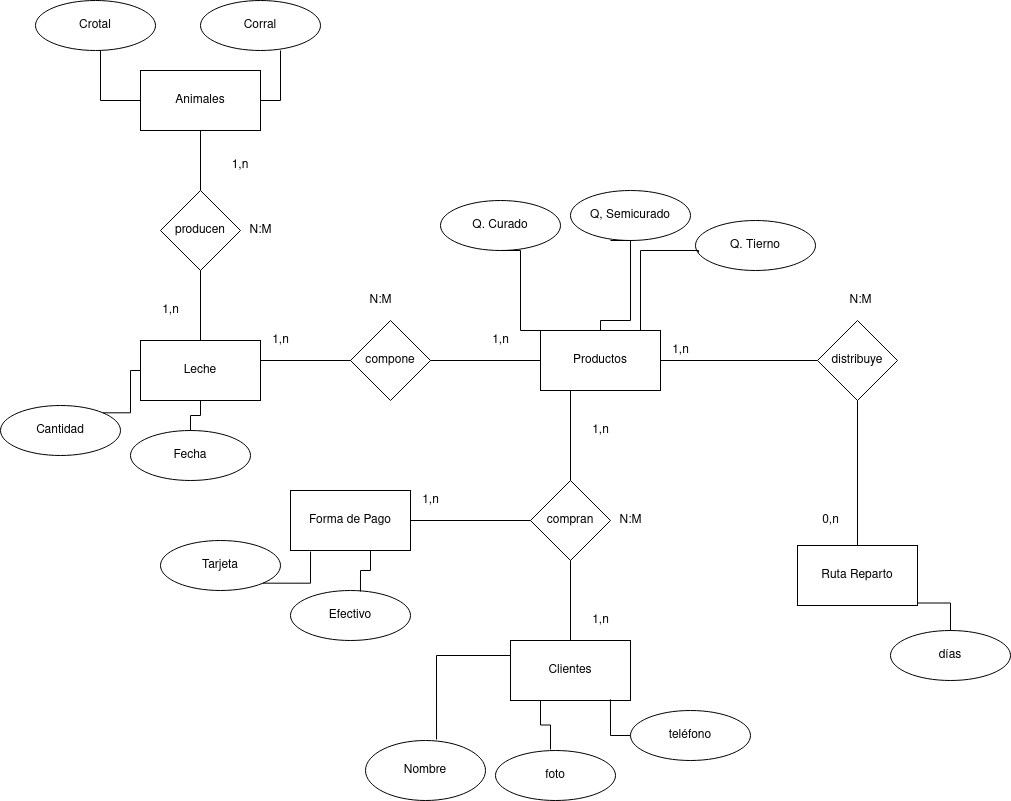
Before: diagramas/granjaApp.drawio.png, a diagram exported from draw.io (JoseMariaRuizDAM/PGL_JoseMa). Source tidied: cells renumbered, new cells last; positions are measured from the earlier drawing's top-left corner, leaving out a move shared by most shapes. The source it was exported from:
```xml
<mxGraphModel>
  <root>
    <mxCell id="0" />
    <mxCell id="1" parent="0" />
    <mxCell id="2" value="Animales" style="rounded=0;whiteSpace=wrap;html=1;" parent="1" vertex="1">
      <mxGeometry x="140" y="70" width="120" height="60" as="geometry" />
    </mxCell>
    <mxCell id="3" value="Leche" style="rounded=0;whiteSpace=wrap;html=1;" parent="1" vertex="1">
      <mxGeometry x="140" y="340" width="120" height="60" as="geometry" />
    </mxCell>
    <mxCell id="4" style="edgeStyle=orthogonalEdgeStyle;rounded=0;jettySize=auto;html=1;exitX=1;exitY=0.5;exitDx=0;exitDy=0;endArrow=none;endFill=0;" parent="1" edge="1" source="5" target="13">
      <mxGeometry relative="1" as="geometry" />
    </mxCell>
    <mxCell id="5" value="Productos" style="rounded=0;whiteSpace=wrap;html=1;" parent="1" vertex="1">
      <mxGeometry x="540" y="330" width="120" height="60" as="geometry" />
    </mxCell>
    <mxCell id="6" value="Clientes" style="rounded=0;whiteSpace=wrap;html=1;" parent="1" vertex="1">
      <mxGeometry x="510" y="640" width="120" height="60" as="geometry" />
    </mxCell>
    <mxCell id="7" value="Forma de Pago" style="rounded=0;whiteSpace=wrap;html=1;" parent="1" vertex="1">
      <mxGeometry x="290" y="490" width="120" height="60" as="geometry" />
    </mxCell>
    <mxCell id="8" value="Ruta Reparto" style="rounded=0;whiteSpace=wrap;html=1;" parent="1" vertex="1">
      <mxGeometry x="797" y="545" width="120" height="60" as="geometry" />
    </mxCell>
    <mxCell id="9" value="producen" style="rhombus;whiteSpace=wrap;html=1;" parent="1" vertex="1">
      <mxGeometry x="160" y="190" width="80" height="80" as="geometry" />
    </mxCell>
    <mxCell id="10" value="compone" style="rhombus;whiteSpace=wrap;html=1;" parent="1" vertex="1">
      <mxGeometry x="350" y="320" width="80" height="80" as="geometry" />
    </mxCell>
    <mxCell id="11" value="compran" style="rhombus;whiteSpace=wrap;html=1;" parent="1" vertex="1">
      <mxGeometry x="530" y="480" width="80" height="80" as="geometry" />
    </mxCell>
    <mxCell id="12" style="edgeStyle=orthogonalEdgeStyle;rounded=0;jettySize=auto;html=1;exitX=0.5;exitY=1;exitDx=0;exitDy=0;endArrow=none;endFill=0;" parent="1" edge="1" source="13" target="8">
      <mxGeometry relative="1" as="geometry" />
    </mxCell>
    <mxCell id="13" value="distribuye" style="rhombus;whiteSpace=wrap;html=1;" parent="1" vertex="1">
      <mxGeometry x="817" y="320" width="80" height="80" as="geometry" />
    </mxCell>
    <mxCell id="14" style="endArrow=none;html=1;rounded=0;edgeStyle=orthogonalEdgeStyle;" parent="1" edge="1" source="9">
      <mxGeometry relative="1" as="geometry">
        <mxPoint x="200" y="130" as="targetPoint" />
      </mxGeometry>
    </mxCell>
    <mxCell id="15" style="endArrow=none;html=1;rounded=0;edgeStyle=orthogonalEdgeStyle;exitX=0.5;exitY=0;exitDx=0;exitDy=0;" parent="1" edge="1" source="3">
      <mxGeometry relative="1" as="geometry">
        <mxPoint x="200" y="270" as="targetPoint" />
      </mxGeometry>
    </mxCell>
    <mxCell id="16" style="endArrow=none;html=1;rounded=0;edgeStyle=orthogonalEdgeStyle;exitX=0;exitY=0.5;exitDx=0;exitDy=0;" parent="1" edge="1" source="10">
      <mxGeometry relative="1" as="geometry">
        <mxPoint x="260" y="360" as="targetPoint" />
      </mxGeometry>
    </mxCell>
    <mxCell id="17" style="endArrow=none;html=1;rounded=0;edgeStyle=orthogonalEdgeStyle;exitX=1;exitY=0.5;exitDx=0;exitDy=0;entryX=0;entryY=0.5;entryDx=0;entryDy=0;" parent="1" edge="1" source="10" target="5">
      <mxGeometry relative="1" as="geometry" />
    </mxCell>
    <mxCell id="18" style="endArrow=none;html=1;rounded=0;edgeStyle=orthogonalEdgeStyle;" parent="1" edge="1" source="11">
      <mxGeometry relative="1" as="geometry">
        <mxPoint x="580" y="390" as="targetPoint" />
        <Array as="points">
          <mxPoint x="570" y="390" />
        </Array>
      </mxGeometry>
    </mxCell>
    <mxCell id="19" style="endArrow=none;html=1;rounded=0;edgeStyle=orthogonalEdgeStyle;" parent="1" edge="1" target="11">
      <mxGeometry relative="1" as="geometry">
        <mxPoint x="410" y="520" as="sourcePoint" />
      </mxGeometry>
    </mxCell>
    <mxCell id="20" style="endArrow=none;html=1;rounded=0;edgeStyle=orthogonalEdgeStyle;exitX=0.5;exitY=1;exitDx=0;exitDy=0;" parent="1" edge="1" source="11" target="6">
      <mxGeometry relative="1" as="geometry" />
    </mxCell>
    <mxCell id="21" value="N:M" style="text;html=1;align=center;verticalAlign=middle;strokeColor=none;fillColor=none;" parent="1" vertex="1">
      <mxGeometry x="240" y="220" width="40" height="20" as="geometry" />
    </mxCell>
    <mxCell id="22" value="1,n" style="text;html=1;strokeColor=none;fillColor=none;align=center;verticalAlign=middle;whiteSpace=wrap;rounded=0;" parent="1" vertex="1">
      <mxGeometry x="210" y="150" width="60" height="30" as="geometry" />
    </mxCell>
    <mxCell id="23" value="1,n" style="text;html=1;align=center;verticalAlign=middle;strokeColor=none;fillColor=none;" parent="1" vertex="1">
      <mxGeometry x="155" y="300" width="30" height="20" as="geometry" />
    </mxCell>
    <mxCell id="24" value="&lt;div&gt;1,n&lt;/div&gt;" style="text;html=1;align=center;verticalAlign=middle;strokeColor=none;fillColor=none;" parent="1" vertex="1">
      <mxGeometry x="265" y="330" width="30" height="20" as="geometry" />
    </mxCell>
    <mxCell id="25" value="&lt;div&gt;1,n&lt;/div&gt;" style="text;html=1;align=center;verticalAlign=middle;strokeColor=none;fillColor=none;" parent="1" vertex="1">
      <mxGeometry x="485" y="330" width="30" height="20" as="geometry" />
    </mxCell>
    <mxCell id="26" value="N:M" style="text;html=1;align=center;verticalAlign=middle;strokeColor=none;fillColor=none;" parent="1" vertex="1">
      <mxGeometry x="360" y="290" width="40" height="20" as="geometry" />
    </mxCell>
    <mxCell id="27" value="1,n" style="text;html=1;align=center;verticalAlign=middle;strokeColor=none;fillColor=none;" parent="1" vertex="1">
      <mxGeometry x="665" y="340" width="30" height="20" as="geometry" />
    </mxCell>
    <mxCell id="28" value="N:M" style="text;html=1;align=center;verticalAlign=middle;strokeColor=none;fillColor=none;" parent="1" vertex="1">
      <mxGeometry x="840" y="290" width="40" height="20" as="geometry" />
    </mxCell>
    <mxCell id="29" value="0,n" style="text;html=1;align=center;verticalAlign=middle;strokeColor=none;fillColor=none;" parent="1" vertex="1">
      <mxGeometry x="815" y="510" width="30" height="20" as="geometry" />
    </mxCell>
    <mxCell id="30" value="1,n" style="text;html=1;align=center;verticalAlign=middle;strokeColor=none;fillColor=none;" parent="1" vertex="1">
      <mxGeometry x="415" y="490" width="30" height="20" as="geometry" />
    </mxCell>
    <mxCell id="31" value="N:M" style="text;html=1;align=center;verticalAlign=middle;strokeColor=none;fillColor=none;" parent="1" vertex="1">
      <mxGeometry x="610" y="510" width="40" height="20" as="geometry" />
    </mxCell>
    <mxCell id="32" value="1,n" style="text;html=1;align=center;verticalAlign=middle;strokeColor=none;fillColor=none;" parent="1" vertex="1">
      <mxGeometry x="585" y="420" width="30" height="20" as="geometry" />
    </mxCell>
    <mxCell id="33" value="1,n" style="text;html=1;align=center;verticalAlign=middle;strokeColor=none;fillColor=none;" parent="1" vertex="1">
      <mxGeometry x="585" y="610" width="30" height="20" as="geometry" />
    </mxCell>
    <mxCell id="34" value="Crotal" style="ellipse;whiteSpace=wrap;html=1;" parent="1" vertex="1">
      <mxGeometry x="35" width="120" height="50" as="geometry" />
    </mxCell>
    <mxCell id="35" value="Cantidad" style="ellipse;whiteSpace=wrap;html=1;" parent="1" vertex="1">
      <mxGeometry y="405" width="120" height="50" as="geometry" />
    </mxCell>
    <mxCell id="36" value="Fecha" style="ellipse;whiteSpace=wrap;html=1;" parent="1" vertex="1">
      <mxGeometry x="130" y="430" width="120" height="50" as="geometry" />
    </mxCell>
    <mxCell id="37" value="&lt;div&gt;Tarjeta&lt;/div&gt;" style="ellipse;whiteSpace=wrap;html=1;" parent="1" vertex="1">
      <mxGeometry x="160" y="540" width="120" height="50" as="geometry" />
    </mxCell>
    <mxCell id="38" value="Efectivo" style="ellipse;whiteSpace=wrap;html=1;" parent="1" vertex="1">
      <mxGeometry x="290" y="590" width="120" height="50" as="geometry" />
    </mxCell>
    <mxCell id="39" value="Q. Curado" style="ellipse;whiteSpace=wrap;html=1;" parent="1" vertex="1">
      <mxGeometry x="440" y="200" width="120" height="50" as="geometry" />
    </mxCell>
    <mxCell id="40" value="foto" style="ellipse;whiteSpace=wrap;html=1;" parent="1" vertex="1">
      <mxGeometry x="495" y="750" width="120" height="50" as="geometry" />
    </mxCell>
    <mxCell id="41" value="&lt;div&gt;teléfono&lt;/div&gt;" style="ellipse;whiteSpace=wrap;html=1;" parent="1" vertex="1">
      <mxGeometry x="630" y="710" width="120" height="50" as="geometry" />
    </mxCell>
    <mxCell id="42" value="&lt;div&gt;días&lt;/div&gt;" style="ellipse;whiteSpace=wrap;html=1;" parent="1" vertex="1">
      <mxGeometry x="890" y="630" width="120" height="50" as="geometry" />
    </mxCell>
    <mxCell id="43" value="Q, Semicurado" style="ellipse;whiteSpace=wrap;html=1;" parent="1" vertex="1">
      <mxGeometry x="570" y="190" width="120" height="50" as="geometry" />
    </mxCell>
    <mxCell id="44" value="&lt;div&gt;Q. Tierno&lt;/div&gt;" style="ellipse;whiteSpace=wrap;html=1;" parent="1" vertex="1">
      <mxGeometry x="695" y="220" width="120" height="50" as="geometry" />
    </mxCell>
    <mxCell id="45" value="Corral" style="ellipse;whiteSpace=wrap;html=1;" parent="1" vertex="1">
      <mxGeometry x="200" width="120" height="50" as="geometry" />
    </mxCell>
    <mxCell id="46" value="Nombre" style="ellipse;whiteSpace=wrap;html=1;" parent="1" vertex="1">
      <mxGeometry x="365" y="740" width="120" height="60" as="geometry" />
    </mxCell>
    <mxCell id="47" style="endArrow=none;html=1;rounded=0;edgeStyle=orthogonalEdgeStyle;exitX=0.583;exitY=0.02;exitDx=0;exitDy=0;exitPerimeter=0;" parent="1" edge="1" source="38">
      <mxGeometry relative="1" as="geometry">
        <mxPoint x="370" y="550" as="targetPoint" />
      </mxGeometry>
    </mxCell>
    <mxCell id="48" style="endArrow=none;html=1;rounded=0;edgeStyle=orthogonalEdgeStyle;exitX=1;exitY=1;exitDx=0;exitDy=0;entryX=0.167;entryY=1.017;entryDx=0;entryDy=0;entryPerimeter=0;" parent="1" edge="1" source="37" target="7">
      <mxGeometry relative="1" as="geometry" />
    </mxCell>
    <mxCell id="49" style="endArrow=none;html=1;rounded=0;edgeStyle=orthogonalEdgeStyle;" parent="1" edge="1" source="36">
      <mxGeometry relative="1" as="geometry">
        <mxPoint x="200" y="400" as="targetPoint" />
      </mxGeometry>
    </mxCell>
    <mxCell id="50" style="endArrow=none;html=1;rounded=0;edgeStyle=orthogonalEdgeStyle;entryX=0;entryY=0.5;entryDx=0;entryDy=0;exitX=1;exitY=0;exitDx=0;exitDy=0;" parent="1" edge="1" source="35" target="3">
      <mxGeometry relative="1" as="geometry" />
    </mxCell>
    <mxCell id="51" style="endArrow=none;html=1;rounded=0;edgeStyle=orthogonalEdgeStyle;" parent="1" edge="1" source="2">
      <mxGeometry relative="1" as="geometry">
        <mxPoint x="100" y="50" as="targetPoint" />
      </mxGeometry>
    </mxCell>
    <mxCell id="52" style="endArrow=none;html=1;rounded=0;edgeStyle=orthogonalEdgeStyle;exitX=1;exitY=0.5;exitDx=0;exitDy=0;" parent="1" edge="1" source="2">
      <mxGeometry relative="1" as="geometry">
        <mxPoint x="280" y="50" as="targetPoint" />
      </mxGeometry>
    </mxCell>
    <mxCell id="53" style="endArrow=none;html=1;rounded=0;edgeStyle=orthogonalEdgeStyle;exitX=0.183;exitY=0;exitDx=0;exitDy=0;exitPerimeter=0;entryX=0.5;entryY=1;entryDx=0;entryDy=0;" parent="1" edge="1" source="5" target="39">
      <mxGeometry relative="1" as="geometry">
        <Array as="points">
          <mxPoint x="520" y="330" />
          <mxPoint x="520" y="250" />
        </Array>
      </mxGeometry>
    </mxCell>
    <mxCell id="54" style="endArrow=none;html=1;rounded=0;edgeStyle=orthogonalEdgeStyle;exitX=0.5;exitY=0;exitDx=0;exitDy=0;entryX=0.5;entryY=1;entryDx=0;entryDy=0;" parent="1" edge="1" source="5">
      <mxGeometry relative="1" as="geometry">
        <mxPoint x="610" y="240" as="targetPoint" />
        <Array as="points">
          <mxPoint x="600" y="320" />
          <mxPoint x="630" y="320" />
          <mxPoint x="630" y="240" />
        </Array>
      </mxGeometry>
    </mxCell>
    <mxCell id="55" style="endArrow=none;html=1;rounded=0;edgeStyle=orthogonalEdgeStyle;entryX=0.025;entryY=0.64;entryDx=0;entryDy=0;entryPerimeter=0;" parent="1" edge="1" target="44">
      <mxGeometry relative="1" as="geometry">
        <mxPoint x="630" y="330" as="sourcePoint" />
        <Array as="points">
          <mxPoint x="610" y="330" />
          <mxPoint x="640" y="330" />
          <mxPoint x="640" y="250" />
          <mxPoint x="680" y="250" />
        </Array>
      </mxGeometry>
    </mxCell>
    <mxCell id="56" style="endArrow=none;html=1;rounded=0;edgeStyle=orthogonalEdgeStyle;entryX=0.5;entryY=0;entryDx=0;entryDy=0;" parent="1" edge="1" target="42">
      <mxGeometry relative="1" as="geometry">
        <mxPoint x="917" y="575" as="sourcePoint" />
      </mxGeometry>
    </mxCell>
    <mxCell id="57" style="endArrow=none;html=1;rounded=0;edgeStyle=orthogonalEdgeStyle;entryX=0.592;entryY=-0.017;entryDx=0;entryDy=0;entryPerimeter=0;exitX=0;exitY=0.25;exitDx=0;exitDy=0;" parent="1" edge="1" source="6" target="46">
      <mxGeometry relative="1" as="geometry" />
    </mxCell>
    <mxCell id="58" style="endArrow=none;html=1;rounded=0;edgeStyle=orthogonalEdgeStyle;exitX=0.25;exitY=1;exitDx=0;exitDy=0;" parent="1" edge="1" source="6">
      <mxGeometry relative="1" as="geometry">
        <mxPoint x="550" y="749" as="targetPoint" />
      </mxGeometry>
    </mxCell>
    <mxCell id="59" style="endArrow=none;html=1;rounded=0;edgeStyle=orthogonalEdgeStyle;exitX=0.833;exitY=0.983;exitDx=0;exitDy=0;exitPerimeter=0;entryX=0;entryY=0.5;entryDx=0;entryDy=0;" parent="1" edge="1" source="6" target="41">
      <mxGeometry relative="1" as="geometry" />
    </mxCell>
  </root>
</mxGraphModel>
```
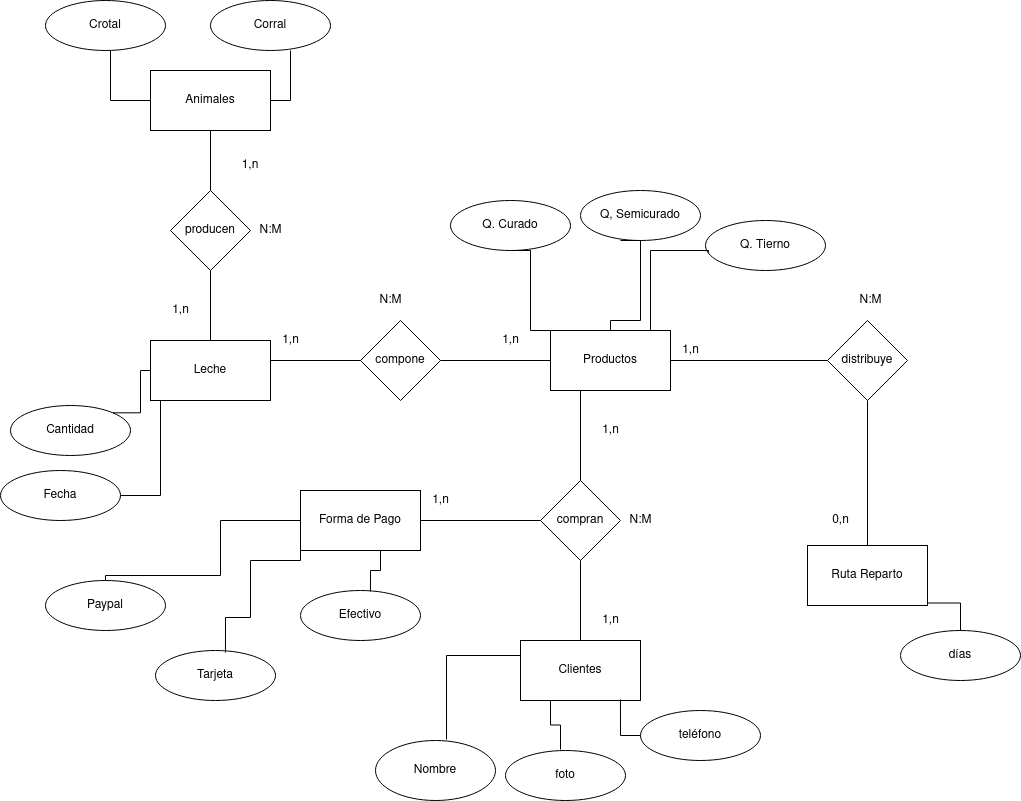
After the commit.

Change to the diagram source:
```diff
@@ -118,10 +118,10 @@
       <mxGeometry y="405" width="120" height="50" as="geometry" />
     </mxCell>
     <mxCell id="36" value="Fecha" style="ellipse;whiteSpace=wrap;html=1;" parent="1" vertex="1">
-      <mxGeometry x="130" y="430" width="120" height="50" as="geometry" />
+      <mxGeometry x="-10" y="470" width="120" height="50" as="geometry" />
     </mxCell>
     <mxCell id="37" value="&lt;div&gt;Tarjeta&lt;/div&gt;" style="ellipse;whiteSpace=wrap;html=1;" parent="1" vertex="1">
-      <mxGeometry x="160" y="540" width="120" height="50" as="geometry" />
+      <mxGeometry x="145" y="650" width="120" height="50" as="geometry" />
     </mxCell>
     <mxCell id="38" value="Efectivo" style="ellipse;whiteSpace=wrap;html=1;" parent="1" vertex="1">
       <mxGeometry x="290" y="590" width="120" height="50" as="geometry" />
@@ -155,12 +155,23 @@
         <mxPoint x="370" y="550" as="targetPoint" />
       </mxGeometry>
     </mxCell>
-    <mxCell id="48" style="endArrow=none;html=1;rounded=0;edgeStyle=orthogonalEdgeStyle;exitX=1;exitY=1;exitDx=0;exitDy=0;entryX=0.167;entryY=1.017;entryDx=0;entryDy=0;entryPerimeter=0;" parent="1" edge="1" source="37" target="7">
-      <mxGeometry relative="1" as="geometry" />
+    <mxCell id="48" style="endArrow=none;html=1;rounded=0;edgeStyle=orthogonalEdgeStyle;exitX=0.583;exitY=0.04;exitDx=0;exitDy=0;entryX=0;entryY=0.5;entryDx=0;entryDy=0;exitPerimeter=0;" parent="1" edge="1" source="37" target="7">
+      <mxGeometry relative="1" as="geometry">
+        <Array as="points">
+          <mxPoint x="215" y="617" />
+          <mxPoint x="240" y="617" />
+          <mxPoint x="240" y="560" />
+          <mxPoint x="290" y="560" />
+        </Array>
+      </mxGeometry>
     </mxCell>
     <mxCell id="49" style="endArrow=none;html=1;rounded=0;edgeStyle=orthogonalEdgeStyle;" parent="1" edge="1" source="36">
       <mxGeometry relative="1" as="geometry">
         <mxPoint x="200" y="400" as="targetPoint" />
+        <Array as="points">
+          <mxPoint x="150" y="495" />
+          <mxPoint x="150" y="400" />
+        </Array>
       </mxGeometry>
     </mxCell>
     <mxCell id="50" style="endArrow=none;html=1;rounded=0;edgeStyle=orthogonalEdgeStyle;entryX=0;entryY=0.5;entryDx=0;entryDy=0;exitX=1;exitY=0;exitDx=0;exitDy=0;" parent="1" edge="1" source="35" target="3">
@@ -221,5 +232,17 @@
     <mxCell id="59" style="endArrow=none;html=1;rounded=0;edgeStyle=orthogonalEdgeStyle;exitX=0.833;exitY=0.983;exitDx=0;exitDy=0;exitPerimeter=0;entryX=0;entryY=0.5;entryDx=0;entryDy=0;" parent="1" edge="1" source="6" target="41">
       <mxGeometry relative="1" as="geometry" />
     </mxCell>
+    <mxCell id="60" value="Paypal" style="ellipse;whiteSpace=wrap;html=1;" parent="1" vertex="1">
+      <mxGeometry x="35" y="580" width="120" height="50" as="geometry" />
+    </mxCell>
+    <mxCell id="61" style="endArrow=none;html=1;rounded=0;edgeStyle=orthogonalEdgeStyle;" parent="1" edge="1" target="60">
+      <mxGeometry relative="1" as="geometry">
+        <mxPoint x="290" y="520" as="sourcePoint" />
+        <Array as="points">
+          <mxPoint x="210" y="520" />
+          <mxPoint x="210" y="575" />
+        </Array>
+      </mxGeometry>
+    </mxCell>
   </root>
 </mxGraphModel>
```
